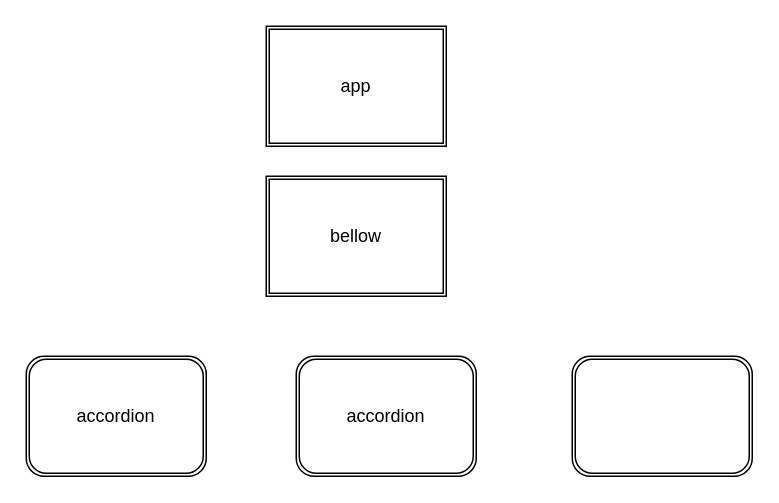
This is src/flowchart.drawio from Sneha14-Gupta/Bellow, a draw.io file, before an edit. Source tidied: cells renumbered, new cells numbered last; positions are measured from the earlier drawing's top-left corner, leaving out a move shared by most shapes. Both pictures are drawn from the tidied source at 150%, with x=0, y=0 at pixel (26, 26).
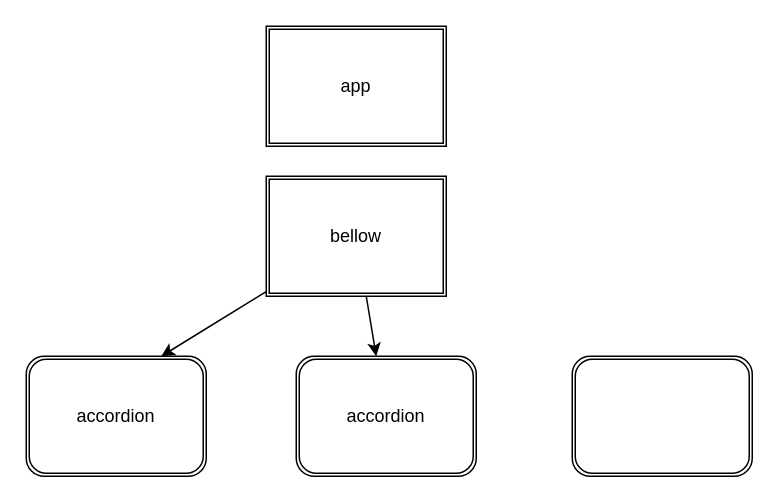
The same page after the edit.

What changed in the source:
```diff
@@
 <mxGraphModel>
   <root>
     <mxCell id="0" />
     <mxCell id="1" parent="0" />
     <mxCell id="2" value="app" style="shape=ext;double=1;rounded=0;whiteSpace=wrap;html=1;" parent="1" vertex="1">
       <mxGeometry x="160" width="120" height="80" as="geometry" />
     </mxCell>
+    <mxCell id="7" style="edgeStyle=none;html=1;" parent="1" edge="1" source="3" target="5">
+      <mxGeometry relative="1" as="geometry" />
+    </mxCell>
+    <mxCell id="8" style="edgeStyle=none;html=1;entryX=0.75;entryY=0;entryDx=0;entryDy=0;" parent="1" edge="1" source="3" target="4">
+      <mxGeometry relative="1" as="geometry" />
+    </mxCell>
     <mxCell id="3" value="bellow" style="shape=ext;double=1;rounded=0;whiteSpace=wrap;html=1;" parent="1" vertex="1">
       <mxGeometry x="160" y="100" width="120" height="80" as="geometry" />
     </mxCell>
     <mxCell id="4" value="accordion" style="shape=ext;double=1;rounded=1;whiteSpace=wrap;html=1;" parent="1" vertex="1">
       <mxGeometry y="220" width="120" height="80" as="geometry" />
     </mxCell>
     <mxCell id="5" value="accordion" style="shape=ext;double=1;rounded=1;whiteSpace=wrap;html=1;" parent="1" vertex="1">
       <mxGeometry x="180" y="220" width="120" height="80" as="geometry" />
     </mxCell>
     <mxCell id="6" style="shape=ext;double=1;rounded=1;whiteSpace=wrap;html=1;" parent="1" vertex="1">
       <mxGeometry x="364" y="220" width="120" height="80" as="geometry" />
     </mxCell>
   </root>
 </mxGraphModel>
```
